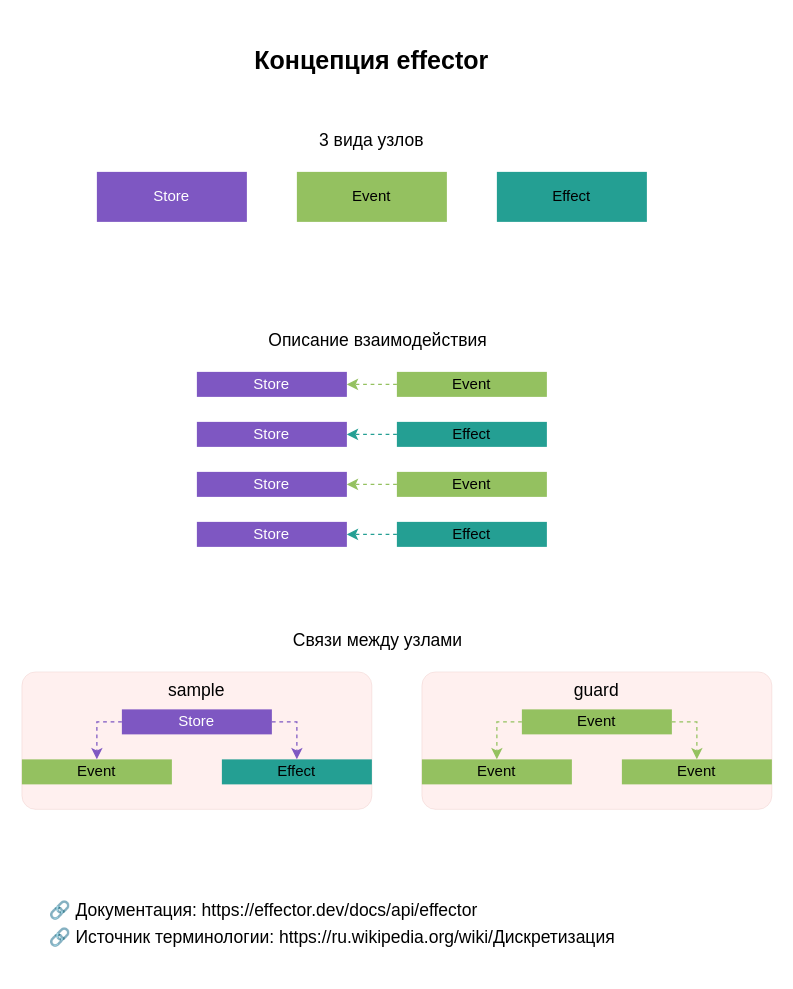
Earlier version of the draw.io diagram page "Page-1" (1 of 3) of docs/EaptekaEffectorReport.drawio (sk-iv/micro-frontend-effector). Source tidied: cells renumbered, new cells numbered last; positions are measured from the earlier drawing's top-left corner, leaving out a move shared by most shapes. Both pictures are drawn from the tidied source at 125%, with x=0, y=0 at pixel (21, 34).
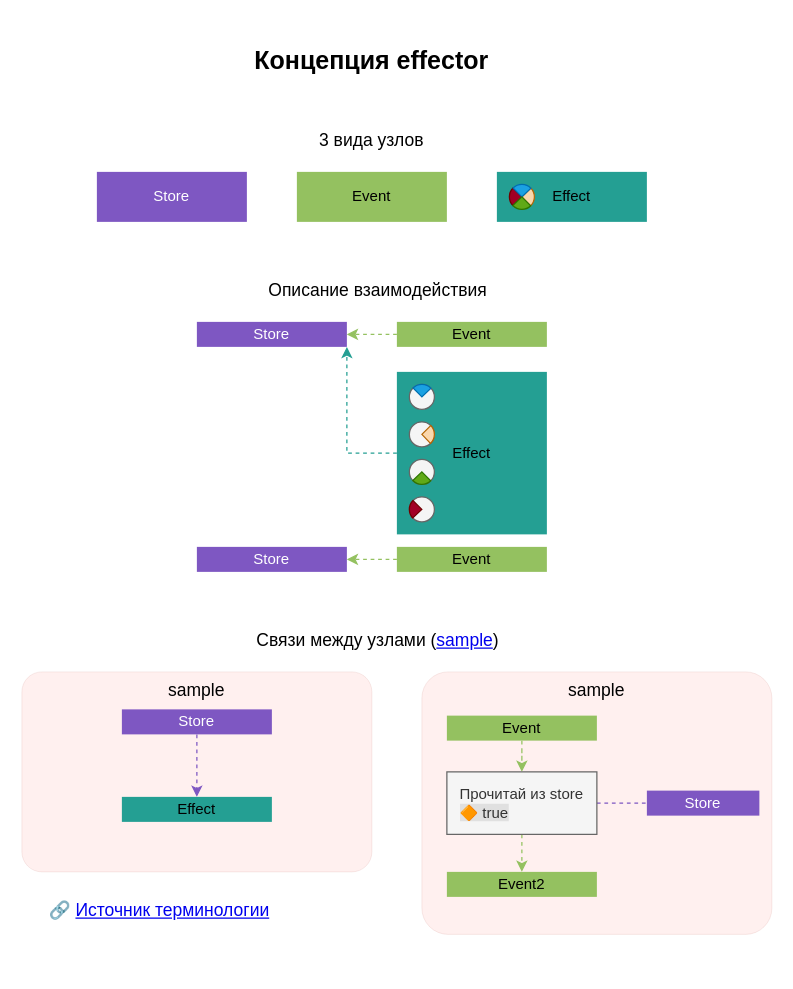
Above is the later version.

Commit message (it also covers changes not shown here):
docs поменяла схему sample

The change refers to these unchanged cells:
```xml
<mxCell id="25" value="&lt;font color=&quot;#ffffff&quot;&gt;Store&lt;/font&gt;" style="rounded=0;whiteSpace=wrap;html=1;strokeColor=none;fillColor=#7E57C2;" parent="1" vertex="1">
  <mxGeometry x="80" y="540" width="120" height="20" as="geometry" />
</mxCell>
```

What changed in the source:
```diff
@@
     <mxCell id="2" value="&lt;font color=&quot;#000000&quot;&gt;sample&lt;/font&gt;" style="rounded=1;whiteSpace=wrap;html=1;fontSize=14;strokeColor=#ae4132;strokeWidth=0;fillColor=#FFEDEB;opacity=80;arcSize=10;verticalAlign=top;" parent="1" vertex="1">
-      <mxGeometry y="510" width="280" height="110" as="geometry" />
+      <mxGeometry y="510" width="280" height="160" as="geometry" />
     </mxCell>
-    <mxCell id="3" value="&lt;font color=&quot;#000000&quot;&gt;guard&lt;/font&gt;" style="rounded=1;whiteSpace=wrap;html=1;fontSize=14;strokeColor=#ae4132;strokeWidth=0;fillColor=#FFEDEB;opacity=80;arcSize=10;verticalAlign=top;" parent="1" vertex="1">
-      <mxGeometry x="320" y="510" width="280" height="110" as="geometry" />
+    <mxCell id="3" value="&lt;font color=&quot;#000000&quot;&gt;sample&lt;/font&gt;" style="rounded=1;whiteSpace=wrap;html=1;fontSize=14;strokeColor=#ae4132;strokeWidth=0;fillColor=#FFEDEB;opacity=80;arcSize=10;verticalAlign=top;" parent="1" vertex="1">
+      <mxGeometry x="320" y="510" width="280" height="210" as="geometry" />
     </mxCell>
@@
     <mxCell id="9" value="&lt;font color=&quot;#ffffff&quot;&gt;Store&lt;/font&gt;" style="rounded=0;whiteSpace=wrap;html=1;strokeColor=none;fillColor=#7e57c2;" parent="1" vertex="1">
-      <mxGeometry x="140" y="270" width="120" height="20" as="geometry" />
+      <mxGeometry x="140" y="230" width="120" height="20" as="geometry" />
     </mxCell>
-    <mxCell id="10" value="&lt;font color=&quot;#ffffff&quot;&gt;Store&lt;/font&gt;" style="rounded=0;whiteSpace=wrap;html=1;strokeColor=none;fillColor=#7e57c2;" parent="1" vertex="1">
-      <mxGeometry x="140" y="310" width="120" height="20" as="geometry" />
-    </mxCell>
@@
     <mxCell id="12" value="Event" style="rounded=0;whiteSpace=wrap;html=1;strokeColor=none;fillColor=#94c160;" parent="1" vertex="1">
-      <mxGeometry x="300" y="270" width="120" height="20" as="geometry" />
+      <mxGeometry x="300" y="230" width="120" height="20" as="geometry" />
     </mxCell>
-    <mxCell id="13" style="edgeStyle=orthogonalEdgeStyle;rounded=0;jettySize=auto;html=1;exitX=0;exitY=0.5;exitDx=0;exitDy=0;entryX=1;entryY=0.5;entryDx=0;entryDy=0;dashed=1;fontSize=14;fontColor=#000000;strokeColor=#249F93;" parent="1" edge="1" source="14" target="10">
+    <mxCell id="13" style="edgeStyle=orthogonalEdgeStyle;rounded=0;jettySize=auto;html=1;exitX=0;exitY=0.5;exitDx=0;exitDy=0;entryX=1;entryY=1;entryDx=0;entryDy=0;dashed=1;fontSize=14;fontColor=#000000;strokeColor=#249F93;" parent="1" edge="1" source="14" target="9">
       <mxGeometry relative="1" as="geometry" />
     </mxCell>
     <mxCell id="14" value="Effect" style="rounded=0;whiteSpace=wrap;html=1;strokeColor=none;fillColor=#249f93;" parent="1" vertex="1">
-      <mxGeometry x="300" y="310" width="120" height="20" as="geometry" />
+      <mxGeometry x="300" y="270" width="120" height="130" as="geometry" />
     </mxCell>
     <mxCell id="15" value="Описание взаимодействия" style="text;html=1;strokeColor=none;fillColor=none;align=center;verticalAlign=middle;whiteSpace=wrap;rounded=0;fontColor=default;fontSize=14;" parent="1" vertex="1">
-      <mxGeometry x="180" y="230" width="210" height="30" as="geometry" />
+      <mxGeometry x="180" y="190" width="210" height="30" as="geometry" />
     </mxCell>
     <mxCell id="16" value="&lt;font color=&quot;#ffffff&quot;&gt;Store&lt;/font&gt;" style="rounded=0;whiteSpace=wrap;html=1;strokeColor=none;fillColor=#7e57c2;" parent="1" vertex="1">
-      <mxGeometry x="140" y="350" width="120" height="20" as="geometry" />
+      <mxGeometry x="140" y="410" width="120" height="20" as="geometry" />
     </mxCell>
-    <mxCell id="17" value="&lt;font color=&quot;#ffffff&quot;&gt;Store&lt;/font&gt;" style="rounded=0;whiteSpace=wrap;html=1;strokeColor=none;fillColor=#7e57c2;" parent="1" vertex="1">
-      <mxGeometry x="140" y="390" width="120" height="20" as="geometry" />
-    </mxCell>
@@
     <mxCell id="19" value="Event" style="rounded=0;whiteSpace=wrap;html=1;strokeColor=none;fillColor=#94c160;" parent="1" vertex="1">
-      <mxGeometry x="300" y="350" width="120" height="20" as="geometry" />
+      <mxGeometry x="300" y="410" width="120" height="20" as="geometry" />
     </mxCell>
-    <mxCell id="20" style="edgeStyle=orthogonalEdgeStyle;rounded=0;jettySize=auto;html=1;exitX=0;exitY=0.5;exitDx=0;exitDy=0;entryX=1;entryY=0.5;entryDx=0;entryDy=0;dashed=1;fontSize=14;fontColor=#000000;strokeColor=#249F93;" parent="1" edge="1" source="21" target="17">
-      <mxGeometry relative="1" as="geometry" />
-    </mxCell>
-    <mxCell id="21" value="Effect" style="rounded=0;whiteSpace=wrap;html=1;strokeColor=none;fillColor=#249f93;" parent="1" vertex="1">
-      <mxGeometry x="300" y="390" width="120" height="20" as="geometry" />
-    </mxCell>
-    <mxCell id="22" value="Связи между узлами" style="text;html=1;strokeColor=none;fillColor=none;align=center;verticalAlign=middle;whiteSpace=wrap;rounded=0;fontColor=default;fontSize=14;" parent="1" vertex="1">
+    <mxCell id="22" value="Связи между узлами (&lt;a href=&quot;https://effector.dev/docs/api/effector/sample&quot;&gt;sample&lt;/a&gt;)" style="text;html=1;strokeColor=none;fillColor=none;align=center;verticalAlign=middle;whiteSpace=wrap;rounded=0;fontColor=default;fontSize=14;" parent="1" vertex="1">
       <mxGeometry x="180" y="470" width="210" height="30" as="geometry" />
     </mxCell>
-    <mxCell id="23" style="edgeStyle=orthogonalEdgeStyle;rounded=0;jettySize=auto;html=1;exitX=0;exitY=0.5;exitDx=0;exitDy=0;dashed=1;fontSize=14;fontColor=#000000;strokeColor=#7E57C2;" parent="1" edge="1" source="25" target="26">
-      <mxGeometry relative="1" as="geometry" />
-    </mxCell>
-    <mxCell id="24" style="edgeStyle=orthogonalEdgeStyle;rounded=0;jettySize=auto;html=1;exitX=1;exitY=0.5;exitDx=0;exitDy=0;entryX=0.5;entryY=0;entryDx=0;entryDy=0;dashed=1;fontSize=14;fontColor=#000000;strokeColor=#7E57C2;" parent="1" edge="1" source="25" target="27">
+    <mxCell id="24" style="edgeStyle=orthogonalEdgeStyle;rounded=0;jettySize=auto;html=1;exitX=0.5;exitY=1;exitDx=0;exitDy=0;entryX=0.5;entryY=0;entryDx=0;entryDy=0;dashed=1;strokeColor=#7E57C2;" parent="1" edge="1" source="25" target="27">
       <mxGeometry relative="1" as="geometry" />
     </mxCell>
@@
-    <mxCell id="26" value="Event" style="rounded=0;whiteSpace=wrap;html=1;strokeColor=none;fillColor=#94c160;" parent="1" vertex="1">
-      <mxGeometry y="580" width="120" height="20" as="geometry" />
-    </mxCell>
     <mxCell id="27" value="Effect" style="rounded=0;whiteSpace=wrap;html=1;strokeColor=none;fillColor=#249f93;" parent="1" vertex="1">
-      <mxGeometry x="160" y="580" width="120" height="20" as="geometry" />
+      <mxGeometry x="80" y="610" width="120" height="20" as="geometry" />
     </mxCell>
-    <mxCell id="28" style="edgeStyle=orthogonalEdgeStyle;rounded=0;jettySize=auto;html=1;exitX=0;exitY=0.5;exitDx=0;exitDy=0;entryX=0.5;entryY=0;entryDx=0;entryDy=0;dashed=1;fontSize=14;fontColor=#000000;strokeColor=#94C160;" parent="1" edge="1" source="30" target="31">
-      <mxGeometry relative="1" as="geometry" />
-    </mxCell>
-    <mxCell id="29" style="edgeStyle=orthogonalEdgeStyle;rounded=0;jettySize=auto;html=1;exitX=1;exitY=0.5;exitDx=0;exitDy=0;entryX=0.5;entryY=0;entryDx=0;entryDy=0;dashed=1;fontSize=14;fontColor=#000000;strokeColor=#94C160;" parent="1" edge="1" source="30" target="32">
+    <mxCell id="29" style="edgeStyle=orthogonalEdgeStyle;rounded=0;jettySize=auto;html=1;exitX=0.5;exitY=1;exitDx=0;exitDy=0;dashed=1;fontSize=14;fontColor=#000000;strokeColor=#94C160;" parent="1" edge="1" source="30" target="52">
       <mxGeometry relative="1" as="geometry" />
     </mxCell>
     <mxCell id="30" value="Event" style="rounded=0;whiteSpace=wrap;html=1;strokeColor=none;fillColor=#94c160;" parent="1" vertex="1">
-      <mxGeometry x="400" y="540" width="120" height="20" as="geometry" />
+      <mxGeometry x="340" y="545" width="120" height="20" as="geometry" />
     </mxCell>
-    <mxCell id="31" value="Event" style="rounded=0;whiteSpace=wrap;html=1;strokeColor=none;fillColor=#94c160;" parent="1" vertex="1">
-      <mxGeometry x="320" y="580" width="120" height="20" as="geometry" />
-    </mxCell>
-    <mxCell id="32" value="Event" style="rounded=0;whiteSpace=wrap;html=1;strokeColor=none;fillColor=#94c160;" parent="1" vertex="1">
-      <mxGeometry x="480" y="580" width="120" height="20" as="geometry" />
+    <mxCell id="32" value="Event2" style="rounded=0;whiteSpace=wrap;html=1;strokeColor=none;fillColor=#94c160;" parent="1" vertex="1">
+      <mxGeometry x="340" y="670" width="120" height="20" as="geometry" />
     </mxCell>
-    <mxCell id="33" value="&lt;p style=&quot;line-height: 1.5;&quot;&gt;🔗 Документация: https://effector.dev/docs/api/effector&lt;br&gt;🔗 Источник терминологии: https://ru.wikipedia.org/wiki/Дискретизация&lt;/p&gt;" style="text;html=1;strokeColor=none;fillColor=none;align=left;verticalAlign=top;whiteSpace=wrap;rounded=0;fontSize=14;fontColor=default;opacity=80;" parent="1" vertex="1">
-      <mxGeometry x="20" y="670" width="520" height="70" as="geometry" />
+    <mxCell id="33" value="&lt;p style=&quot;line-height: 1.5;&quot;&gt;🔗 &lt;a href=&quot;https://ru.wikipedia.org/wiki/Дискретизация&quot;&gt;Источник терминологии&lt;/a&gt;&lt;/p&gt;" style="text;html=1;strokeColor=none;fillColor=none;align=left;verticalAlign=top;whiteSpace=wrap;rounded=0;fontSize=14;fontColor=default;opacity=80;" parent="1" vertex="1">
+      <mxGeometry x="20" y="670" width="200" height="60" as="geometry" />
     </mxCell>
+    <mxCell id="34" style="verticalLabelPosition=bottom;verticalAlign=top;html=1;shape=mxgraph.basic.pie;startAngle=0.629080001984405;endAngle=0.875;fillColor=#a20025;fontColor=#ffffff;strokeColor=#6F0000;" parent="1" vertex="1">
+      <mxGeometry x="390" y="120" width="20" height="20" as="geometry" />
+    </mxCell>
+    <mxCell id="35" style="verticalLabelPosition=bottom;verticalAlign=top;html=1;shape=mxgraph.basic.pie;startAngle=0.625;endAngle=0.8790800019844051;rotation=-180;fillColor=#fad7ac;strokeColor=#b46504;" parent="1" vertex="1">
+      <mxGeometry x="390" y="120" width="20" height="20" as="geometry" />
+    </mxCell>
+    <mxCell id="36" style="verticalLabelPosition=bottom;verticalAlign=top;html=1;shape=mxgraph.basic.pie;startAngle=0.625;endAngle=0.8790800019844051;rotation=90;fillColor=#1ba1e2;strokeColor=#006EAF;fontColor=#ffffff;" parent="1" vertex="1">
+      <mxGeometry x="390" y="120" width="20" height="20" as="geometry" />
+    </mxCell>
+    <mxCell id="37" style="verticalLabelPosition=bottom;verticalAlign=top;html=1;shape=mxgraph.basic.pie;startAngle=0.625;endAngle=0.8790800019844051;rotation=-90;fillColor=#60a917;fontColor=#ffffff;strokeColor=#2D7600;" parent="1" vertex="1">
+      <mxGeometry x="390" y="120" width="20" height="20" as="geometry" />
+    </mxCell>
+    <mxCell id="38" style="group;" parent="1" vertex="1">
+      <mxGeometry x="310" y="280" width="20" height="20" as="geometry" />
+    </mxCell>
+    <mxCell id="39" style="ellipse;whiteSpace=wrap;html=1;fillColor=#f5f5f5;fontColor=#333333;strokeColor=#666666;" parent="38" vertex="1">
+      <mxGeometry width="20" height="20" as="geometry" />
+    </mxCell>
+    <mxCell id="40" style="verticalLabelPosition=bottom;verticalAlign=top;html=1;shape=mxgraph.basic.pie;startAngle=0.625;endAngle=0.8790800019844051;rotation=90;fillColor=#1ba1e2;strokeColor=#006EAF;fontColor=#ffffff;" parent="38" vertex="1">
+      <mxGeometry width="20" height="20" as="geometry" />
+    </mxCell>
+    <mxCell id="41" style="group;" parent="1" vertex="1">
+      <mxGeometry x="310" y="310" width="20" height="20" as="geometry" />
+    </mxCell>
+    <mxCell id="42" style="ellipse;whiteSpace=wrap;html=1;fillColor=#f5f5f5;fontColor=#333333;strokeColor=#666666;" parent="41" vertex="1">
+      <mxGeometry width="20" height="20" as="geometry" />
+    </mxCell>
+    <mxCell id="43" style="verticalLabelPosition=bottom;verticalAlign=top;html=1;shape=mxgraph.basic.pie;startAngle=0.625;endAngle=0.8790800019844051;rotation=-180;fillColor=#fad7ac;strokeColor=#b46504;" parent="41" vertex="1">
+      <mxGeometry width="20" height="20" as="geometry" />
+    </mxCell>
+    <mxCell id="44" style="group;" parent="1" vertex="1">
+      <mxGeometry x="310" y="340" width="20" height="20" as="geometry" />
+    </mxCell>
+    <mxCell id="45" style="ellipse;whiteSpace=wrap;html=1;fillColor=#f5f5f5;fontColor=#333333;strokeColor=#666666;" parent="44" vertex="1">
+      <mxGeometry width="20" height="20" as="geometry" />
+    </mxCell>
+    <mxCell id="46" style="verticalLabelPosition=bottom;verticalAlign=top;html=1;shape=mxgraph.basic.pie;startAngle=0.625;endAngle=0.8790800019844051;rotation=-90;fillColor=#60a917;fontColor=#ffffff;strokeColor=#2D7600;" parent="44" vertex="1">
+      <mxGeometry width="20" height="20" as="geometry" />
+    </mxCell>
+    <mxCell id="47" style="group;" parent="1" vertex="1">
+      <mxGeometry x="310" y="370" width="20" height="20" as="geometry" />
+    </mxCell>
+    <mxCell id="48" style="ellipse;whiteSpace=wrap;html=1;fillColor=#f5f5f5;fontColor=#333333;strokeColor=#666666;" parent="47" vertex="1">
+      <mxGeometry width="20" height="20" as="geometry" />
+    </mxCell>
+    <mxCell id="49" style="verticalLabelPosition=bottom;verticalAlign=top;html=1;shape=mxgraph.basic.pie;startAngle=0.629080001984405;endAngle=0.875;fillColor=#a20025;fontColor=#ffffff;strokeColor=#6F0000;" parent="47" vertex="1">
+      <mxGeometry width="20" height="20" as="geometry" />
+    </mxCell>
+    <mxCell id="50" style="edgeStyle=orthogonalEdgeStyle;rounded=0;jettySize=auto;html=1;exitX=0.5;exitY=1;exitDx=0;exitDy=0;entryX=0.5;entryY=0;entryDx=0;entryDy=0;dashed=1;strokeColor=#94C160;" parent="1" edge="1" source="52" target="32">
+      <mxGeometry relative="1" as="geometry" />
+    </mxCell>
+    <mxCell id="51" style="edgeStyle=orthogonalEdgeStyle;rounded=0;jettySize=auto;html=1;exitX=1;exitY=0.5;exitDx=0;exitDy=0;entryX=0;entryY=0.5;entryDx=0;entryDy=0;dashed=1;strokeColor=#7E57C2;endArrow=none;endFill=0;" parent="1" edge="1" source="52" target="53">
+      <mxGeometry relative="1" as="geometry" />
+    </mxCell>
+    <mxCell id="52" value="Прочитай из store&lt;br style=&quot;font-size: 12px;&quot;&gt;&lt;div style=&quot;text-align: left; font-size: 12px;&quot;&gt;&lt;span style=&quot;background-color: rgb(224, 224, 224); font-size: 12px;&quot;&gt;🔶 true&lt;/span&gt;&lt;/div&gt;" style="rounded=0;whiteSpace=wrap;html=1;fontSize=12;fillColor=#f5f5f5;fontColor=#333333;strokeColor=#666666;" parent="1" vertex="1">
+      <mxGeometry x="340" y="590" width="120" height="50" as="geometry" />
+    </mxCell>
+    <mxCell id="53" value="&lt;font color=&quot;#ffffff&quot;&gt;Store&lt;/font&gt;" style="rounded=0;whiteSpace=wrap;html=1;strokeColor=none;fillColor=#7E57C2;" parent="1" vertex="1">
+      <mxGeometry x="500" y="605" width="90" height="20" as="geometry" />
+    </mxCell>
```
